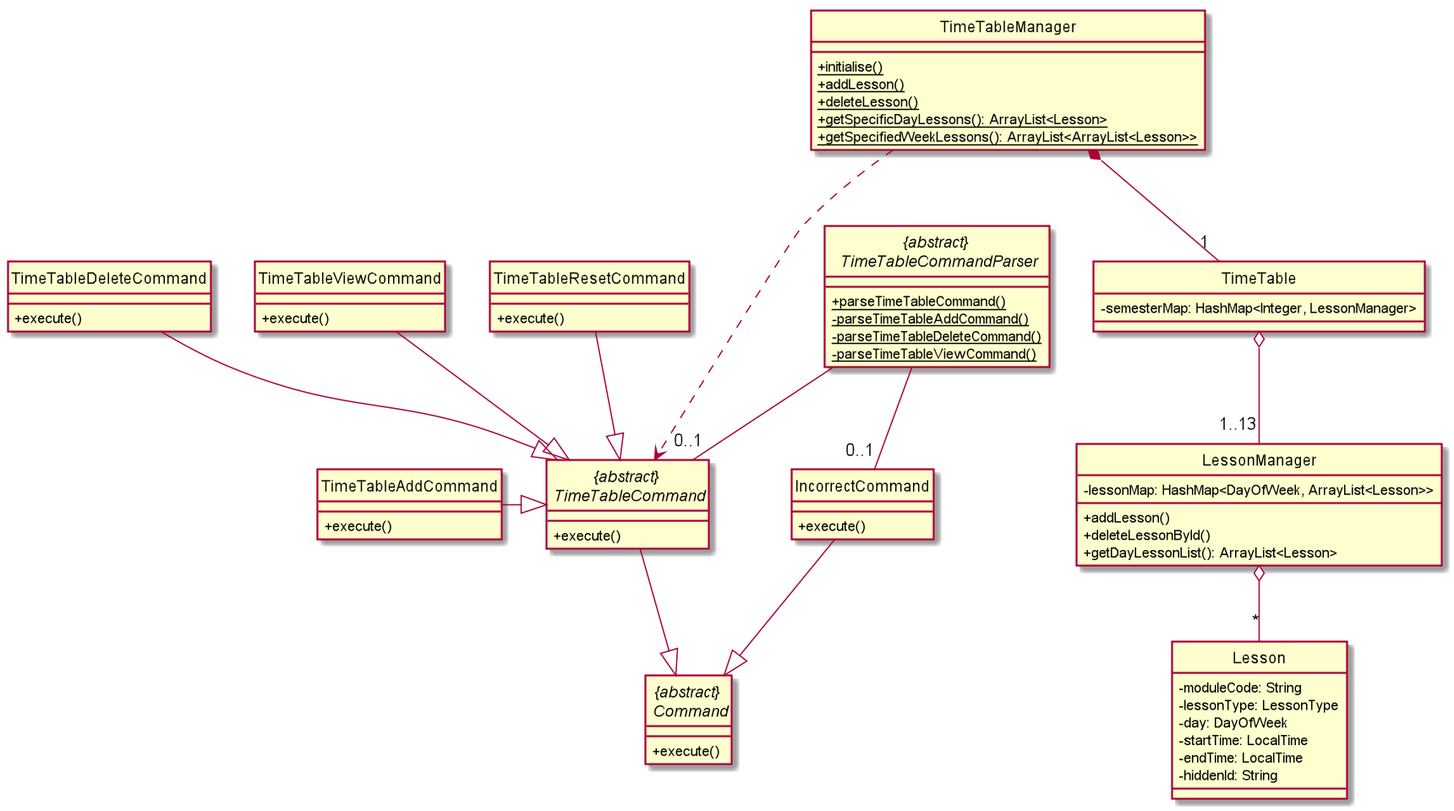
Before: docs/diagrams/TimeTableClassDiagram.png, a diagram exported from PlantUML (wangqinNick/tp).
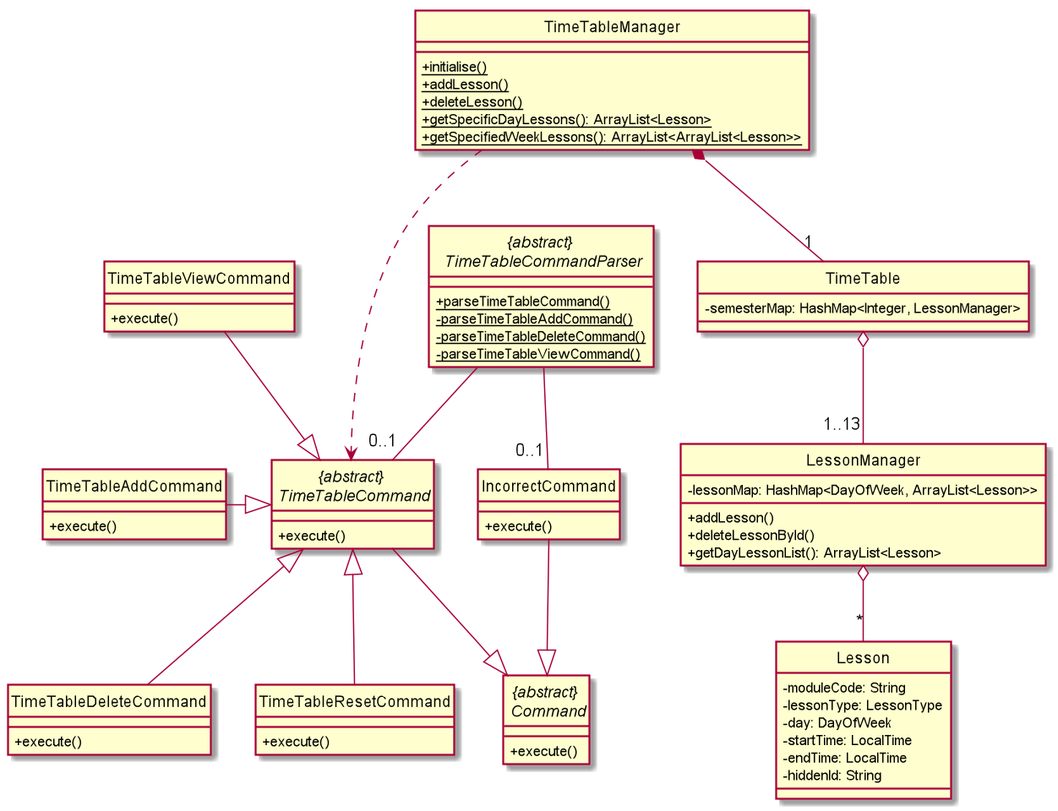
Later version of the same file.

What changed in the source:
```diff
@@ -76,9 +76,9 @@
 "{abstract} \n TimeTableCommandParser" -- "0..1" IncorrectCommand
 
 TimeTableAddCommand -|> "{abstract} \n TimeTableCommand"
-TimeTableDeleteCommand --|> "{abstract} \n TimeTableCommand"
+"{abstract} \n TimeTableCommand" <|-- TimeTableDeleteCommand
 TimeTableViewCommand --|> "{abstract} \n TimeTableCommand"
-TimeTableResetCommand --|> "{abstract} \n TimeTableCommand"
+"{abstract} \n TimeTableCommand" <|-- TimeTableResetCommand
 
 TimeTableManager *-- "1" TimeTable
 TimeTable o-- "1..13" LessonManager
```
